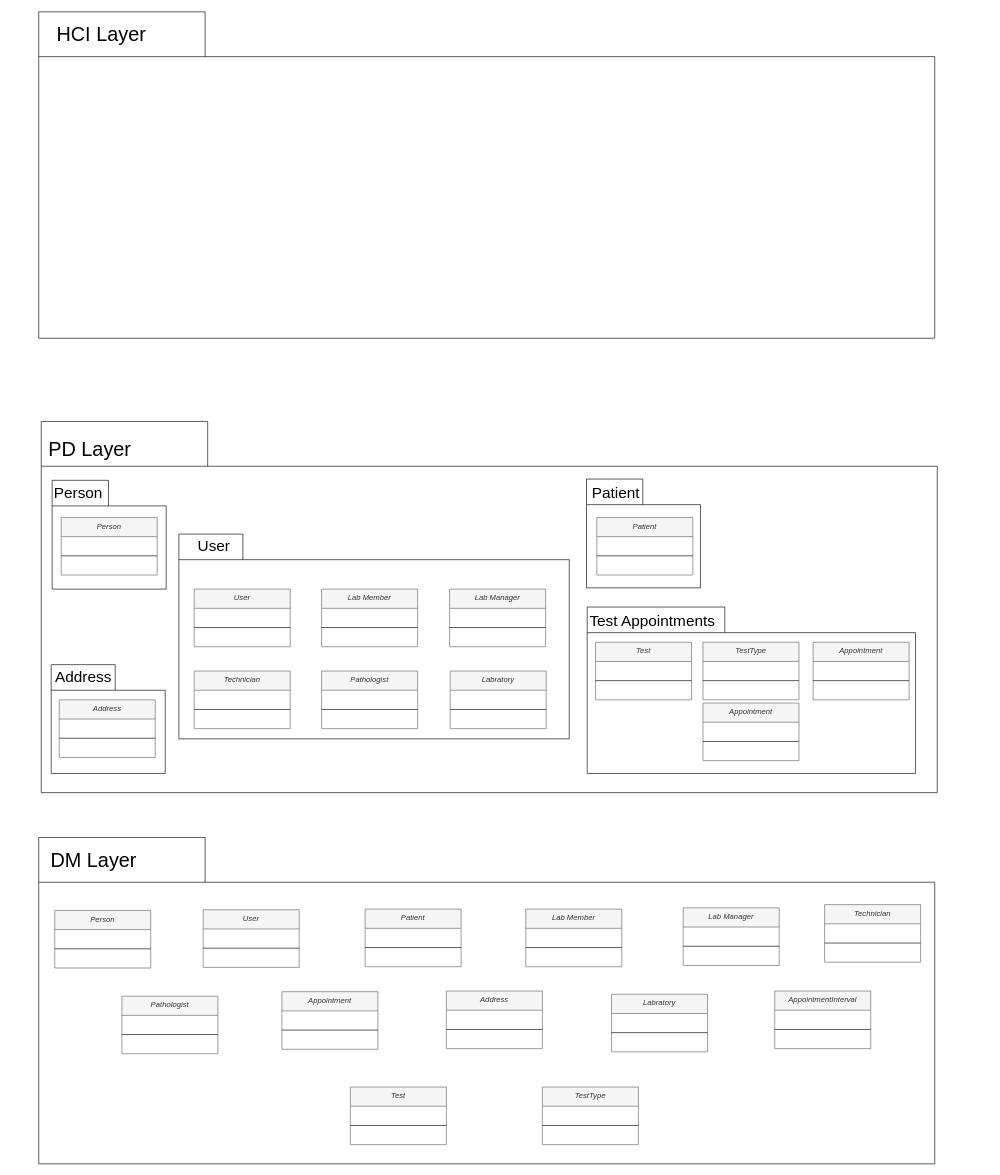
ArashSameni/SoftwareEngineering keeps this draw.io diagram as PackageDiagram.drawio. Above is the earlier version. Source tidied: cells renumbered, new cells numbered last; positions are measured from the earlier drawing's top-left corner, leaving out a move shared by most shapes. Both pictures are drawn from the tidied source at 64%, with x=0, y=0 at pixel (26, 12).
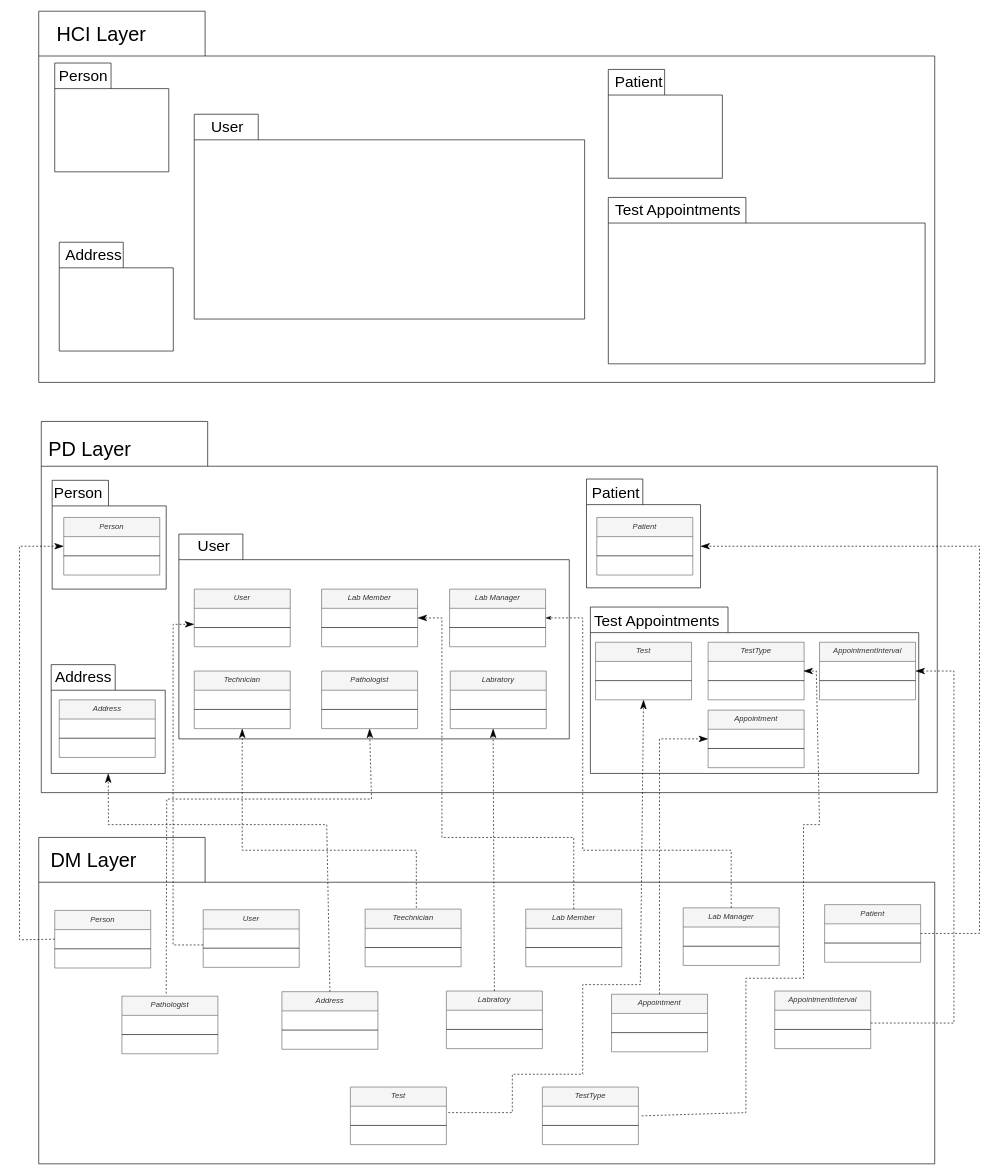
The same diagram, later.

The change refers to these unchanged cells:
```xml
<mxCell id="4" value="Person" style="swimlane;fontStyle=2;align=center;verticalAlign=top;horizontal=1;startSize=30;rounded=0;shadow=0;strokeWidth=1;fillColor=#f5f5f5;fontColor=#333333;strokeColor=#666666;" parent="1" vertex="1">
  <mxGeometry x="45" y="1404" width="150" height="90" as="geometry" />
</mxCell>
<mxCell id="10" value="Lab Member" style="swimlane;fontStyle=2;align=center;verticalAlign=top;horizontal=1;startSize=30;rounded=0;shadow=0;strokeWidth=1;fillColor=#f5f5f5;fontColor=#333333;strokeColor=#666666;" parent="1" vertex="1">
  <mxGeometry x="781" y="1402" width="150" height="90" as="geometry" />
</mxCell>
<mxCell id="12" value="Lab Manager" style="swimlane;fontStyle=2;align=center;verticalAlign=top;horizontal=1;startSize=30;rounded=0;shadow=0;strokeWidth=1;fillColor=#f5f5f5;fontColor=#333333;strokeColor=#666666;" parent="1" vertex="1">
  <mxGeometry x="1027" y="1400" width="150" height="90" as="geometry" />
</mxCell>
<mxCell id="38" style="shape=folder;fontStyle=1;spacingTop=10;tabWidth=100;tabHeight=40;tabPosition=left;html=1;whiteSpace=wrap;hachureGap=4;fontFamily=Helvetica;fontSize=20;" parent="1" vertex="1">
  <mxGeometry x="39.5" y="1020" width="178.2" height="170" as="geometry" />
</mxCell>
<mxCell id="45" value="Lab Member" style="swimlane;fontStyle=2;align=center;verticalAlign=top;horizontal=1;startSize=30;rounded=0;shadow=0;strokeWidth=1;fillColor=#f5f5f5;fontColor=#333333;strokeColor=#666666;" parent="1" vertex="1">
  <mxGeometry x="462" y="902" width="150" height="90" as="geometry" />
</mxCell>
<mxCell id="47" value="Lab Manager" style="swimlane;fontStyle=2;align=center;verticalAlign=top;horizontal=1;startSize=30;rounded=0;shadow=0;strokeWidth=1;fillColor=#f5f5f5;fontColor=#333333;strokeColor=#666666;" parent="1" vertex="1">
  <mxGeometry x="662" y="902" width="150" height="90" as="geometry" />
</mxCell>
<mxCell id="49" value="Technician" style="swimlane;fontStyle=2;align=center;verticalAlign=top;horizontal=1;startSize=30;rounded=0;shadow=0;strokeWidth=1;fillColor=#f5f5f5;fontColor=#333333;strokeColor=#666666;" parent="1" vertex="1">
  <mxGeometry x="263" y="1030" width="150" height="90" as="geometry" />
</mxCell>
<mxCell id="51" value="Pathologist" style="swimlane;fontStyle=2;align=center;verticalAlign=top;horizontal=1;startSize=30;rounded=0;shadow=0;strokeWidth=1;fillColor=#f5f5f5;fontColor=#333333;strokeColor=#666666;" parent="1" vertex="1">
  <mxGeometry x="462" y="1030" width="150" height="90" as="geometry" />
</mxCell>
<mxCell id="62" value="Test" style="swimlane;fontStyle=2;align=center;verticalAlign=top;horizontal=1;startSize=30;rounded=0;shadow=0;strokeWidth=1;fillColor=#f5f5f5;fontColor=#333333;strokeColor=#666666;" parent="1" vertex="1">
  <mxGeometry x="890" y="985" width="150" height="90" as="geometry" />
</mxCell>
```

The edit, as a diff of the source:
```diff
@@
-    <mxCell id="8" value="Patient" style="swimlane;fontStyle=2;align=center;verticalAlign=top;horizontal=1;startSize=30;rounded=0;shadow=0;strokeWidth=1;fillColor=#f5f5f5;fontColor=#333333;strokeColor=#666666;" parent="1" vertex="1">
+    <mxCell id="8" value="Teechnician" style="swimlane;fontStyle=2;align=center;verticalAlign=top;horizontal=1;startSize=30;rounded=0;shadow=0;strokeWidth=1;fillColor=#f5f5f5;fontColor=#333333;strokeColor=#666666;" parent="1" vertex="1">
       <mxGeometry x="530" y="1402" width="150" height="90" as="geometry" />
     </mxCell>
@@
-    <mxCell id="14" value="Technician" style="swimlane;fontStyle=2;align=center;verticalAlign=top;horizontal=1;startSize=30;rounded=0;shadow=0;strokeWidth=1;fillColor=#f5f5f5;fontColor=#333333;strokeColor=#666666;" parent="1" vertex="1">
+    <mxCell id="14" value="Patient" style="swimlane;fontStyle=2;align=center;verticalAlign=top;horizontal=1;startSize=30;rounded=0;shadow=0;strokeWidth=1;fillColor=#f5f5f5;fontColor=#333333;strokeColor=#666666;" parent="1" vertex="1">
       <mxGeometry x="1248" y="1395" width="150" height="90" as="geometry" />
     </mxCell>
@@
-    <mxCell id="18" value="Appointment" style="swimlane;fontStyle=2;align=center;verticalAlign=top;horizontal=1;startSize=30;rounded=0;shadow=0;strokeWidth=1;fillColor=#f5f5f5;fontColor=#333333;strokeColor=#666666;" parent="1" vertex="1">
+    <mxCell id="18" value="Address" style="swimlane;fontStyle=2;align=center;verticalAlign=top;horizontal=1;startSize=30;rounded=0;shadow=0;strokeWidth=1;fillColor=#f5f5f5;fontColor=#333333;strokeColor=#666666;" parent="1" vertex="1">
       <mxGeometry x="400" y="1531" width="150" height="90" as="geometry" />
     </mxCell>
@@
-    <mxCell id="20" value="Address" style="swimlane;fontStyle=2;align=center;verticalAlign=top;horizontal=1;startSize=30;rounded=0;shadow=0;strokeWidth=1;fillColor=#f5f5f5;fontColor=#333333;strokeColor=#666666;" parent="1" vertex="1">
+    <mxCell id="20" value="Labratory" style="swimlane;fontStyle=2;align=center;verticalAlign=top;horizontal=1;startSize=30;rounded=0;shadow=0;strokeWidth=1;fillColor=#f5f5f5;fontColor=#333333;strokeColor=#666666;" parent="1" vertex="1">
       <mxGeometry x="657" y="1530" width="150" height="90" as="geometry" />
     </mxCell>
@@
-    <mxCell id="22" value="Labratory" style="swimlane;fontStyle=2;align=center;verticalAlign=top;horizontal=1;startSize=30;rounded=0;shadow=0;strokeWidth=1;fillColor=#f5f5f5;fontColor=#333333;strokeColor=#666666;" parent="1" vertex="1">
+    <mxCell id="22" value="Appointment" style="swimlane;fontStyle=2;align=center;verticalAlign=top;horizontal=1;startSize=30;rounded=0;shadow=0;strokeWidth=1;fillColor=#f5f5f5;fontColor=#333333;strokeColor=#666666;" parent="1" vertex="1">
       <mxGeometry x="915" y="1535" width="150" height="90" as="geometry" />
     </mxCell>
@@
     <mxCell id="32" style="shape=folder;fontStyle=1;spacingTop=10;tabWidth=260;tabHeight=70;tabPosition=left;html=1;whiteSpace=wrap;hachureGap=4;fontFamily=Helvetica;fontSize=20;" parent="1" vertex="1">
-      <mxGeometry x="20" width="1400" height="510" as="geometry" />
+      <mxGeometry x="20" y="-1" width="1400" height="580" as="geometry" />
     </mxCell>
@@
     <mxCell id="36" value="Person" style="swimlane;fontStyle=2;align=center;verticalAlign=top;horizontal=1;startSize=30;rounded=0;shadow=0;strokeWidth=1;fillColor=#f5f5f5;fontColor=#333333;strokeColor=#666666;" parent="1" vertex="1">
-      <mxGeometry x="55.1" y="790" width="150" height="90" as="geometry" />
+      <mxGeometry x="59.1" y="790" width="150" height="90" as="geometry" />
     </mxCell>
@@
     <mxCell id="60" style="shape=folder;fontStyle=1;spacingTop=10;tabWidth=215;tabHeight=40;tabPosition=left;html=1;whiteSpace=wrap;hachureGap=4;fontFamily=Helvetica;fontSize=20;" parent="1" vertex="1">
-      <mxGeometry x="877" y="930" width="513" height="260" as="geometry" />
+      <mxGeometry x="882" y="930" width="513" height="260" as="geometry" />
     </mxCell>
     <mxCell id="61" value="&lt;font style=&quot;font-size: 24px;&quot;&gt;Test Appointments&lt;/font&gt;" style="text;html=1;strokeColor=none;fillColor=none;align=center;verticalAlign=middle;whiteSpace=wrap;rounded=0;" parent="1" vertex="1">
-      <mxGeometry x="852" y="932" width="254.1" height="40" as="geometry" />
+      <mxGeometry x="859" y="932" width="254.1" height="40" as="geometry" />
     </mxCell>
@@
     <mxCell id="64" value="TestType" style="swimlane;fontStyle=2;align=center;verticalAlign=top;horizontal=1;startSize=30;rounded=0;shadow=0;strokeWidth=1;fillColor=#f5f5f5;fontColor=#333333;strokeColor=#666666;" parent="1" vertex="1">
-      <mxGeometry x="1057.9" y="985" width="150" height="90" as="geometry" />
+      <mxGeometry x="1065.9" y="985" width="150" height="90" as="geometry" />
     </mxCell>
@@
-    <mxCell id="66" value="Appointment" style="swimlane;fontStyle=2;align=center;verticalAlign=top;horizontal=1;startSize=30;rounded=0;shadow=0;strokeWidth=1;fillColor=#f5f5f5;fontColor=#333333;strokeColor=#666666;" parent="1" vertex="1">
-      <mxGeometry x="1230" y="985" width="150" height="90" as="geometry" />
+    <mxCell id="66" value="AppointmentInterval" style="swimlane;fontStyle=2;align=center;verticalAlign=top;horizontal=1;startSize=30;rounded=0;shadow=0;strokeWidth=1;fillColor=#f5f5f5;fontColor=#333333;strokeColor=#666666;" parent="1" vertex="1">
+      <mxGeometry x="1240" y="985" width="150" height="90" as="geometry" />
     </mxCell>
@@
     <mxCell id="68" value="Appointment" style="swimlane;fontStyle=2;align=center;verticalAlign=top;horizontal=1;startSize=30;rounded=0;shadow=0;strokeWidth=1;fillColor=#f5f5f5;fontColor=#333333;strokeColor=#666666;" parent="1" vertex="1">
-      <mxGeometry x="1057.9" y="1080" width="150" height="90" as="geometry" />
+      <mxGeometry x="1065.9" y="1091" width="150" height="90" as="geometry" />
     </mxCell>
@@
+    <mxCell id="70" style="endArrow=classicThin;dashed=1;endFill=1;endSize=12;html=1;rounded=0;exitX=0;exitY=0.5;exitDx=0;exitDy=0;entryX=0;entryY=0.5;entryDx=0;entryDy=0;" parent="1" edge="1">
+      <mxGeometry relative="1" as="geometry">
+        <mxPoint x="277" y="1458" as="sourcePoint" />
+        <mxPoint x="263" y="957" as="targetPoint" />
+        <Array as="points">
+          <mxPoint x="230" y="1458" />
+          <mxPoint x="230" y="957" />
+        </Array>
+      </mxGeometry>
+    </mxCell>
+    <mxCell id="71" style="endArrow=classicThin;dashed=1;endFill=1;endSize=12;html=1;rounded=0;exitX=0;exitY=0.5;exitDx=0;exitDy=0;entryX=0;entryY=0.5;entryDx=0;entryDy=0;" parent="1" edge="1" source="4" target="36">
+      <mxGeometry relative="1" as="geometry">
+        <Array as="points">
+          <mxPoint x="-10" y="1450" />
+          <mxPoint x="-10" y="835" />
+        </Array>
+      </mxGeometry>
+    </mxCell>
+    <mxCell id="72" style="endArrow=classicThin;dashed=1;endFill=1;endSize=12;html=1;rounded=0;entryX=0.5;entryY=1;entryDx=0;entryDy=0;" parent="1" edge="1" target="51">
+      <mxGeometry relative="1" as="geometry">
+        <mxPoint x="219.2" y="1534" as="sourcePoint" />
+        <Array as="points">
+          <mxPoint x="220" y="1230" />
+          <mxPoint x="540" y="1230" />
+        </Array>
+      </mxGeometry>
+    </mxCell>
+    <mxCell id="73" style="endArrow=classicThin;dashed=1;endFill=1;endSize=12;html=1;rounded=0;entryX=0.5;entryY=1;entryDx=0;entryDy=0;" parent="1" edge="1" target="49">
+      <mxGeometry relative="1" as="geometry">
+        <mxPoint x="610" y="1400" as="sourcePoint" />
+        <Array as="points">
+          <mxPoint x="610" y="1310" />
+          <mxPoint x="338" y="1310" />
+        </Array>
+      </mxGeometry>
+    </mxCell>
+    <mxCell id="74" style="endArrow=classicThin;dashed=1;endFill=1;endSize=12;html=1;rounded=0;exitX=0.5;exitY=0;exitDx=0;exitDy=0;" parent="1" edge="1" source="20">
+      <mxGeometry relative="1" as="geometry">
+        <mxPoint x="730" y="1120" as="targetPoint" />
+      </mxGeometry>
+    </mxCell>
+    <mxCell id="75" style="endArrow=classicThin;dashed=1;endFill=1;endSize=12;html=1;rounded=0;exitX=0.5;exitY=0;exitDx=0;exitDy=0;entryX=0.5;entryY=1;entryDx=0;entryDy=0;entryPerimeter=0;" parent="1" edge="1" source="18" target="38">
+      <mxGeometry relative="1" as="geometry">
+        <Array as="points">
+          <mxPoint x="470" y="1270" />
+          <mxPoint x="129" y="1270" />
+        </Array>
+      </mxGeometry>
+    </mxCell>
+    <mxCell id="76" style="endArrow=classicThin;dashed=1;endFill=1;endSize=12;html=1;rounded=0;exitX=0.5;exitY=0;exitDx=0;exitDy=0;entryX=1;entryY=0.5;entryDx=0;entryDy=0;" parent="1" edge="1" source="10" target="45">
+      <mxGeometry relative="1" as="geometry">
+        <Array as="points">
+          <mxPoint x="856" y="1290" />
+          <mxPoint x="650" y="1290" />
+          <mxPoint x="650" y="947" />
+        </Array>
+      </mxGeometry>
+    </mxCell>
+    <mxCell id="77" style="endArrow=classicThin;dashed=1;endFill=1;html=1;rounded=0;entryX=1;entryY=0.5;entryDx=0;entryDy=0;exitX=0.5;exitY=0;exitDx=0;exitDy=0;" parent="1" edge="1" source="12" target="47">
+      <mxGeometry relative="1" as="geometry">
+        <Array as="points">
+          <mxPoint x="1102" y="1310" />
+          <mxPoint x="870" y="1310" />
+          <mxPoint x="870" y="947" />
+        </Array>
+      </mxGeometry>
+    </mxCell>
+    <mxCell id="78" style="endArrow=classicThin;dashed=1;endFill=1;endSize=12;html=1;rounded=0;entryX=0;entryY=0.5;entryDx=0;entryDy=0;exitX=0.5;exitY=0;exitDx=0;exitDy=0;" parent="1" edge="1" source="22" target="68">
+      <mxGeometry relative="1" as="geometry">
+        <Array as="points">
+          <mxPoint x="990" y="1136" />
+        </Array>
+      </mxGeometry>
+    </mxCell>
+    <mxCell id="79" style="endArrow=classicThin;dashed=1;endFill=1;endSize=12;html=1;rounded=0;entryX=1;entryY=0.5;entryDx=0;entryDy=0;" parent="1" edge="1" target="66">
+      <mxGeometry relative="1" as="geometry">
+        <mxPoint x="1320" y="1580" as="sourcePoint" />
+        <Array as="points">
+          <mxPoint x="1450" y="1580" />
+          <mxPoint x="1450" y="1030" />
+        </Array>
+      </mxGeometry>
+    </mxCell>
+    <mxCell id="80" style="endArrow=classicThin;dashed=1;endFill=1;endSize=12;html=1;rounded=0;exitX=1;exitY=0.5;exitDx=0;exitDy=0;" parent="1" edge="1" source="14">
+      <mxGeometry relative="1" as="geometry">
+        <mxPoint x="1054" y="835" as="targetPoint" />
+        <Array as="points">
+          <mxPoint x="1490" y="1440" />
+          <mxPoint x="1490" y="835" />
+        </Array>
+      </mxGeometry>
+    </mxCell>
+    <mxCell id="81" style="endArrow=classicThin;dashed=1;endFill=1;endSize=12;html=1;rounded=0;entryX=0.5;entryY=1;entryDx=0;entryDy=0;" parent="1" edge="1" target="62">
+      <mxGeometry relative="1" as="geometry">
+        <mxPoint x="660" y="1720" as="sourcePoint" />
+        <Array as="points">
+          <mxPoint x="760" y="1720" />
+          <mxPoint x="760" y="1660" />
+          <mxPoint x="870" y="1660" />
+          <mxPoint x="870" y="1520" />
+          <mxPoint x="960" y="1520" />
+        </Array>
+      </mxGeometry>
+    </mxCell>
+    <mxCell id="82" style="endArrow=classicThin;dashed=1;endFill=1;endSize=12;html=1;rounded=0;exitX=1;exitY=0.5;exitDx=0;exitDy=0;entryX=1;entryY=0.5;entryDx=0;entryDy=0;" parent="1" edge="1">
+      <mxGeometry relative="1" as="geometry">
+        <mxPoint x="962" y="1725" as="sourcePoint" />
+        <mxPoint x="1214.9" y="1030" as="targetPoint" />
+        <Array as="points">
+          <mxPoint x="1125" y="1720" />
+          <mxPoint x="1125" y="1510" />
+          <mxPoint x="1215" y="1510" />
+          <mxPoint x="1215" y="1270" />
+          <mxPoint x="1240" y="1270" />
+          <mxPoint x="1235" y="1030" />
+        </Array>
+      </mxGeometry>
+    </mxCell>
+    <mxCell id="83" style="shape=folder;fontStyle=1;spacingTop=10;tabWidth=100;tabHeight=40;tabPosition=left;html=1;whiteSpace=wrap;hachureGap=4;fontFamily=Helvetica;fontSize=20;" parent="1" vertex="1">
+      <mxGeometry x="263" y="160" width="610" height="320" as="geometry" />
+    </mxCell>
+    <mxCell id="84" style="shape=folder;fontStyle=1;spacingTop=10;tabWidth=88;tabHeight=40;tabPosition=left;html=1;whiteSpace=wrap;hachureGap=4;fontFamily=Helvetica;fontSize=20;" parent="1" vertex="1">
+      <mxGeometry x="45" y="80" width="178.2" height="170" as="geometry" />
+    </mxCell>
+    <mxCell id="85" style="shape=folder;fontStyle=1;spacingTop=10;tabWidth=100;tabHeight=40;tabPosition=left;html=1;whiteSpace=wrap;hachureGap=4;fontFamily=Helvetica;fontSize=20;" parent="1" vertex="1">
+      <mxGeometry x="52.1" y="360" width="178.2" height="170" as="geometry" />
+    </mxCell>
+    <mxCell id="86" style="shape=folder;fontStyle=1;spacingTop=10;tabWidth=88;tabHeight=40;tabPosition=left;html=1;whiteSpace=wrap;hachureGap=4;fontFamily=Helvetica;fontSize=20;" parent="1" vertex="1">
+      <mxGeometry x="910" y="90" width="178.2" height="170" as="geometry" />
+    </mxCell>
+    <mxCell id="87" style="shape=folder;fontStyle=1;spacingTop=10;tabWidth=215;tabHeight=40;tabPosition=left;html=1;whiteSpace=wrap;hachureGap=4;fontFamily=Helvetica;fontSize=20;" parent="1" vertex="1">
+      <mxGeometry x="910" y="290" width="495" height="260" as="geometry" />
+    </mxCell>
+    <mxCell id="88" value="&lt;font style=&quot;font-size: 24px;&quot;&gt;Person&lt;/font&gt;" style="text;html=1;strokeColor=none;fillColor=none;align=center;verticalAlign=middle;whiteSpace=wrap;rounded=0;" parent="1" vertex="1">
+      <mxGeometry x="15" y="80" width="150" height="40" as="geometry" />
+    </mxCell>
+    <mxCell id="89" value="&lt;font style=&quot;font-size: 24px;&quot;&gt;Address&lt;/font&gt;" style="text;html=1;strokeColor=none;fillColor=none;align=center;verticalAlign=middle;whiteSpace=wrap;rounded=0;" parent="1" vertex="1">
+      <mxGeometry x="30" y="360" width="152" height="40" as="geometry" />
+    </mxCell>
+    <mxCell id="90" value="&lt;font style=&quot;font-size: 24px;&quot;&gt;User&lt;/font&gt;" style="text;html=1;strokeColor=none;fillColor=none;align=center;verticalAlign=middle;whiteSpace=wrap;rounded=0;" parent="1" vertex="1">
+      <mxGeometry x="239" y="160" width="152" height="40" as="geometry" />
+    </mxCell>
+    <mxCell id="91" value="&lt;font style=&quot;font-size: 24px;&quot;&gt;Patient&lt;/font&gt;" style="text;html=1;strokeColor=none;fillColor=none;align=center;verticalAlign=middle;whiteSpace=wrap;rounded=0;" parent="1" vertex="1">
+      <mxGeometry x="882" y="90" width="152" height="40" as="geometry" />
+    </mxCell>
+    <mxCell id="92" value="&lt;font style=&quot;font-size: 24px;&quot;&gt;Test Appointments&lt;/font&gt;" style="text;html=1;strokeColor=none;fillColor=none;align=center;verticalAlign=middle;whiteSpace=wrap;rounded=0;" parent="1" vertex="1">
+      <mxGeometry x="892" y="290" width="254.1" height="40" as="geometry" />
+    </mxCell>
```
